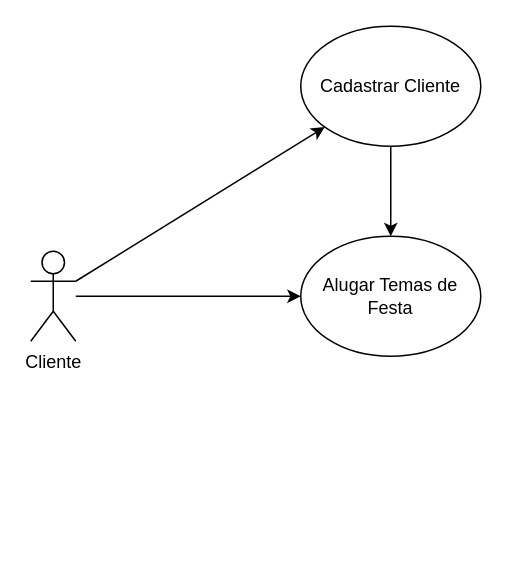
Before: QuintaTarefa.drawio in ArcanjoDaGuarda/AnjoProjetos, a draw.io diagram. Source tidied: cells renumbered, new cells numbered last; positions are measured from the earlier drawing's top-left corner, leaving out a move shared by most shapes. Both pictures are drawn from the tidied source at 150%, with x=0, y=0 at pixel (30, 26).
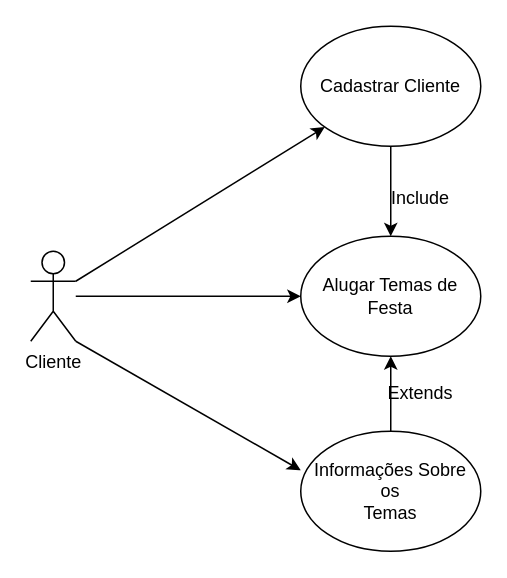
After the change.

Change to the diagram source:
```diff
@@
 <mxGraphModel>
   <root>
     <mxCell id="0" />
     <mxCell id="1" parent="0" />
     <mxCell id="2" value="Cliente" style="shape=umlActor;verticalLabelPosition=bottom;verticalAlign=top;html=1;outlineConnect=0;" parent="1" vertex="1">
       <mxGeometry y="150" width="30" height="60" as="geometry" />
     </mxCell>
     <mxCell id="3" value="Alugar Temas de Festa" style="ellipse;whiteSpace=wrap;html=1;" parent="1" vertex="1">
       <mxGeometry x="180" y="140" width="120" height="80" as="geometry" />
     </mxCell>
     <mxCell id="4" style="endArrow=classic;html=1;rounded=0;entryX=0;entryY=0.5;entryDx=0;entryDy=0;" parent="1" edge="1" source="2" target="3">
       <mxGeometry relative="1" as="geometry" />
     </mxCell>
     <mxCell id="5" style="edgeStyle=orthogonalEdgeStyle;rounded=0;jettySize=auto;html=1;" parent="1" edge="1" source="6" target="3">
       <mxGeometry relative="1" as="geometry" />
     </mxCell>
     <mxCell id="6" value="Cadastrar Cliente" style="ellipse;whiteSpace=wrap;html=1;" parent="1" vertex="1">
       <mxGeometry x="180" width="120" height="80" as="geometry" />
     </mxCell>
     <mxCell id="7" style="endArrow=classic;html=1;rounded=0;exitX=1;exitY=0.3333333333333333;exitDx=0;exitDy=0;exitPerimeter=0;" parent="1" edge="1" source="2" target="6">
       <mxGeometry relative="1" as="geometry" />
     </mxCell>
+    <mxCell id="8" style="edgeStyle=orthogonalEdgeStyle;rounded=0;jettySize=auto;html=1;" parent="1" edge="1" source="9" target="3">
+      <mxGeometry relative="1" as="geometry" />
+    </mxCell>
+    <mxCell id="9" value="Informações Sobre&lt;br&gt;os&lt;br&gt;Temas" style="ellipse;whiteSpace=wrap;html=1;" parent="1" vertex="1">
+      <mxGeometry x="180" y="270" width="120" height="80" as="geometry" />
+    </mxCell>
+    <mxCell id="10" style="endArrow=classic;html=1;rounded=0;exitX=1;exitY=1;exitDx=0;exitDy=0;exitPerimeter=0;entryX=0;entryY=0.325;entryDx=0;entryDy=0;entryPerimeter=0;" parent="1" edge="1" source="2" target="9">
+      <mxGeometry relative="1" as="geometry" />
+    </mxCell>
+    <mxCell id="11" value="Include" style="text;html=1;strokeColor=none;fillColor=none;align=center;verticalAlign=middle;whiteSpace=wrap;rounded=0;" parent="1" vertex="1">
+      <mxGeometry x="230" y="100" width="60" height="30" as="geometry" />
+    </mxCell>
+    <mxCell id="12" value="Extends" style="text;html=1;strokeColor=none;fillColor=none;align=center;verticalAlign=middle;whiteSpace=wrap;rounded=0;" parent="1" vertex="1">
+      <mxGeometry x="230" y="230" width="60" height="30" as="geometry" />
+    </mxCell>
   </root>
 </mxGraphModel>
```
